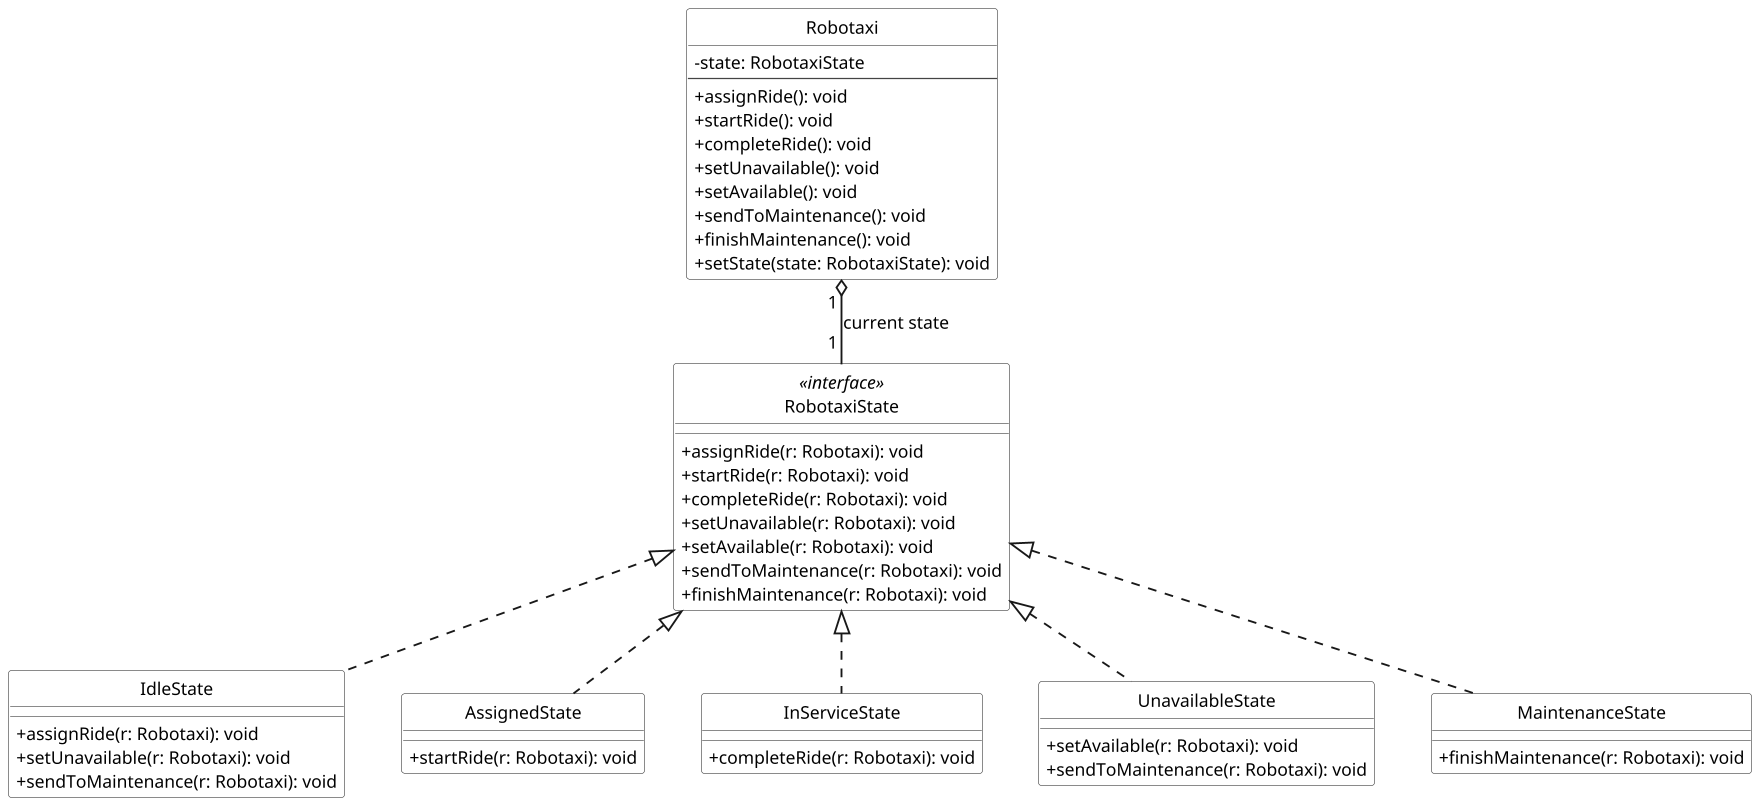
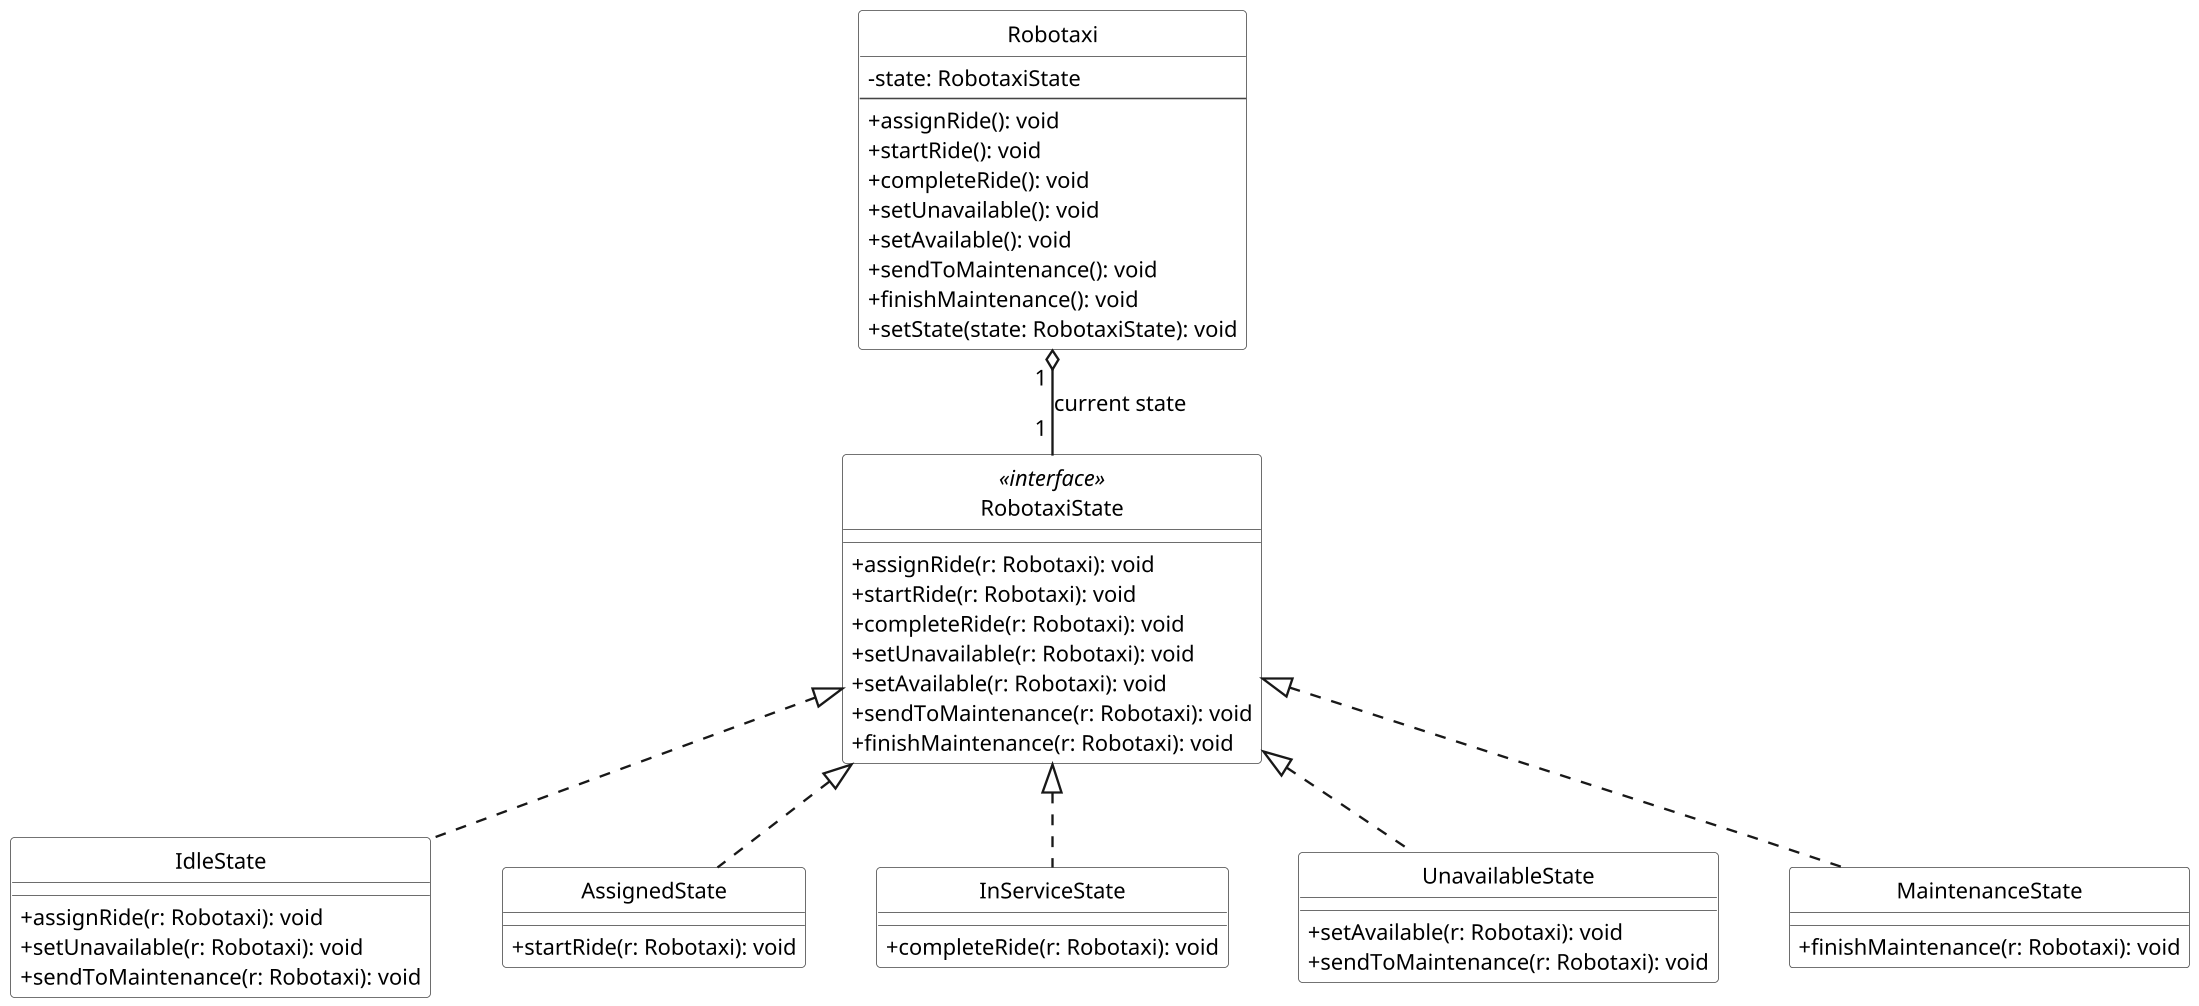
@startuml
- 
- scale 0.8

skinparam backgroundColor white
skinparam shadowing false
skinparam defaultFontName Arial
skinparam defaultFontSize 14
skinparam dpi 150
skinparam maxMessageSize 90
skinparam classAttributeIconSize 0
skinparam linetype polyline
skinparam nodesep 45
skinparam ranksep 45
skinparam ArrowThickness 1.5
- skinparam pageMargin 20
+ 
skinparam class {
    BackgroundColor white
    BorderColor #444444
    FontColor black
    HeaderBackgroundColor white
}

hide circle
top to bottom direction

class Robotaxi {
    - state: RobotaxiState
    --
    + assignRide(): void
    + startRide(): void
    + completeRide(): void
    + setUnavailable(): void
    + setAvailable(): void
    + sendToMaintenance(): void
    + finishMaintenance(): void
    + setState(state: RobotaxiState): void
}

class RobotaxiState <<interface>> {
    + assignRide(r: Robotaxi): void
    + startRide(r: Robotaxi): void
    + completeRide(r: Robotaxi): void
    + setUnavailable(r: Robotaxi): void
    + setAvailable(r: Robotaxi): void
    + sendToMaintenance(r: Robotaxi): void
    + finishMaintenance(r: Robotaxi): void
}

class IdleState {
    + assignRide(r: Robotaxi): void
    + setUnavailable(r: Robotaxi): void
    + sendToMaintenance(r: Robotaxi): void
}

class AssignedState {
    + startRide(r: Robotaxi): void
}

class InServiceState {
    + completeRide(r: Robotaxi): void
}

class UnavailableState {
    + setAvailable(r: Robotaxi): void
    + sendToMaintenance(r: Robotaxi): void
}

class MaintenanceState {
    + finishMaintenance(r: Robotaxi): void
}

Robotaxi "1 " o-- "1 " RobotaxiState : current state

RobotaxiState <|.. IdleState
RobotaxiState <|.. AssignedState
RobotaxiState <|.. InServiceState
RobotaxiState <|.. UnavailableState
RobotaxiState <|.. MaintenanceState

@enduml